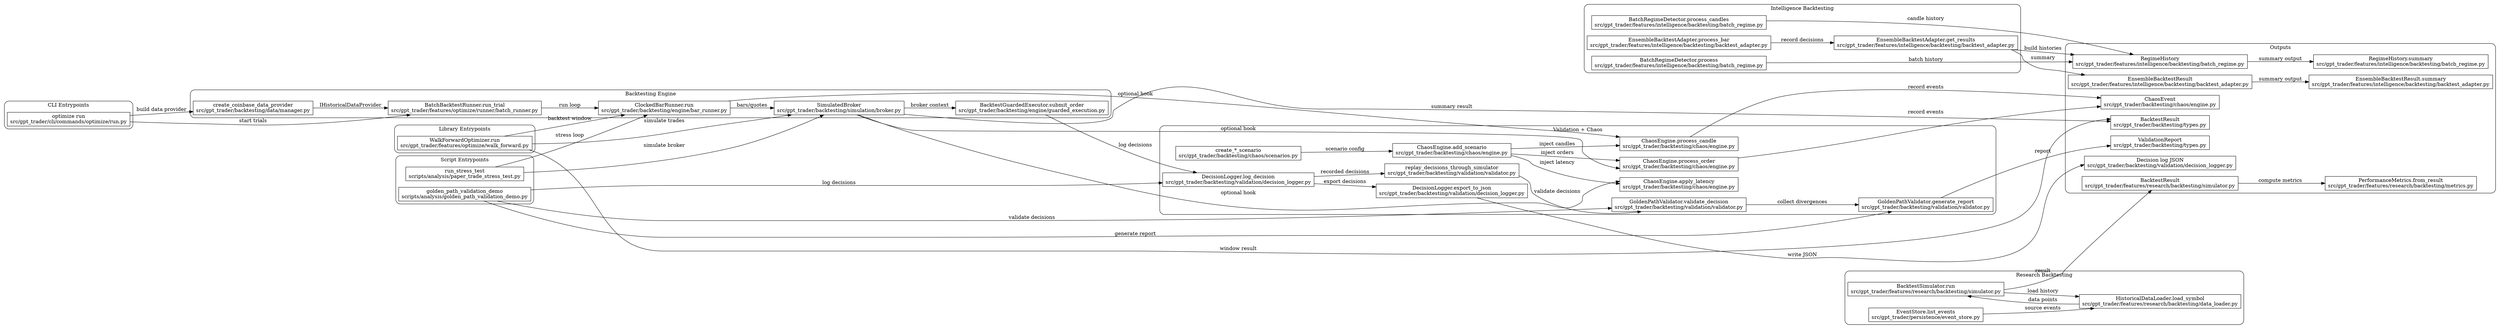
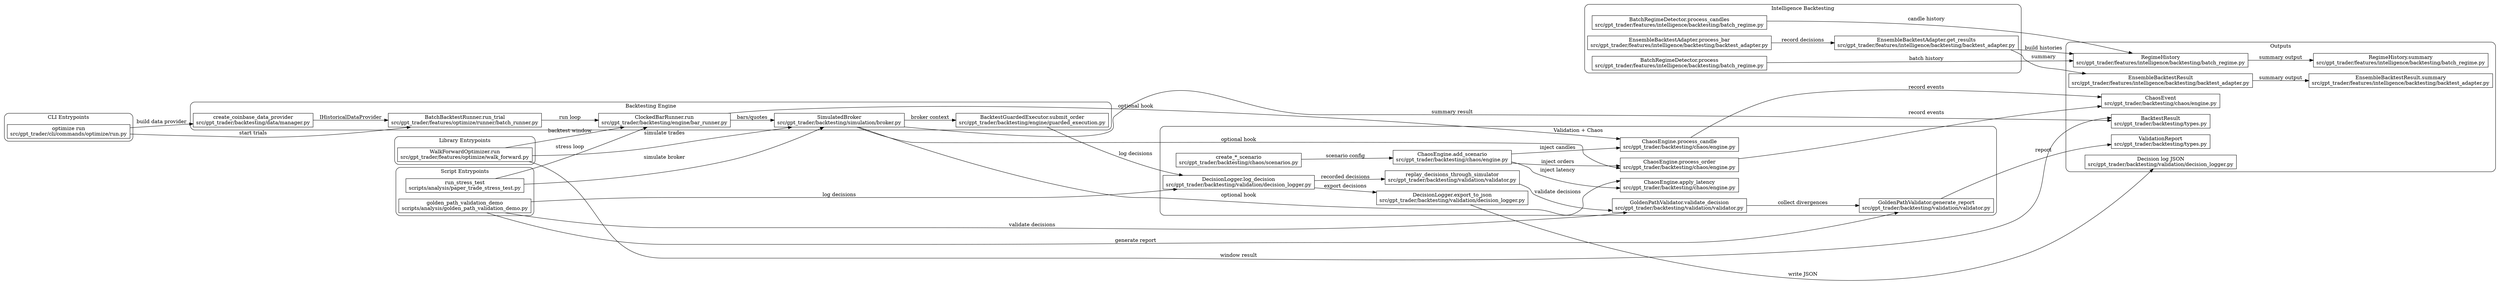
digraph BacktestEntrypoints {
  rankdir=LR;
  subgraph cluster_cli {
    label="CLI Entrypoints";
    style=rounded;
    "cli_optimize_run" [shape=box, label="optimize run\nsrc/gpt_trader/cli/commands/optimize/run.py"];
  }
  subgraph cluster_scripts {
    label="Script Entrypoints";
    style=rounded;
    "paper_trade_stress_test" [shape=box, label="run_stress_test\nscripts/analysis/paper_trade_stress_test.py"];
    "golden_path_demo" [shape=box, label="golden_path_validation_demo\nscripts/analysis/golden_path_validation_demo.py"];
  }
  subgraph cluster_library {
    label="Library Entrypoints";
    style=rounded;
    "walk_forward_run" [shape=box, label="WalkForwardOptimizer.run\nsrc/gpt_trader/features/optimize/walk_forward.py"];
  }
  subgraph cluster_engine {
    label="Backtesting Engine";
    style=rounded;
    "data_provider_factory" [shape=box, label="create_coinbase_data_provider\nsrc/gpt_trader/backtesting/data/manager.py"];
    "batch_runner" [shape=box, label="BatchBacktestRunner.run_trial\nsrc/gpt_trader/features/optimize/runner/batch_runner.py"];
    "clocked_bar_runner" [shape=box, label="ClockedBarRunner.run\nsrc/gpt_trader/backtesting/engine/bar_runner.py"];
    "simulated_broker_engine" [shape=box, label="SimulatedBroker\nsrc/gpt_trader/backtesting/simulation/broker.py"];
    "backtest_guarded_executor" [shape=box, label="BacktestGuardedExecutor.submit_order\nsrc/gpt_trader/backtesting/engine/guarded_execution.py"];
  }
-   subgraph cluster_research {
-     label="Research Backtesting";
-     style=rounded;
-     "backtest_simulator_run" [shape=box, label="BacktestSimulator.run\nsrc/gpt_trader/features/research/backtesting/simulator.py"];
-     "historical_loader" [shape=box, label="HistoricalDataLoader.load_symbol\nsrc/gpt_trader/features/research/backtesting/data_loader.py"];
-     "event_store_list_events" [shape=box, label="EventStore.list_events\nsrc/gpt_trader/persistence/event_store.py"];
-   }
  subgraph cluster_intelligence {
    label="Intelligence Backtesting";
    style=rounded;
    "ensemble_backtest_process" [shape=box, label="EnsembleBacktestAdapter.process_bar\nsrc/gpt_trader/features/intelligence/backtesting/backtest_adapter.py"];
    "ensemble_backtest_results" [shape=box, label="EnsembleBacktestAdapter.get_results\nsrc/gpt_trader/features/intelligence/backtesting/backtest_adapter.py"];
    "batch_regime_process" [shape=box, label="BatchRegimeDetector.process\nsrc/gpt_trader/features/intelligence/backtesting/batch_regime.py"];
    "batch_regime_process_candles" [shape=box, label="BatchRegimeDetector.process_candles\nsrc/gpt_trader/features/intelligence/backtesting/batch_regime.py"];
  }
  subgraph cluster_validation {
    label="Validation + Chaos";
    style=rounded;
    "decision_logger_log" [shape=box, label="DecisionLogger.log_decision\nsrc/gpt_trader/backtesting/validation/decision_logger.py"];
    "decision_logger_export" [shape=box, label="DecisionLogger.export_to_json\nsrc/gpt_trader/backtesting/validation/decision_logger.py"];
    "golden_path_validate" [shape=box, label="GoldenPathValidator.validate_decision\nsrc/gpt_trader/backtesting/validation/validator.py"];
    "golden_path_report" [shape=box, label="GoldenPathValidator.generate_report\nsrc/gpt_trader/backtesting/validation/validator.py"];
    "replay_decisions" [shape=box, label="replay_decisions_through_simulator\nsrc/gpt_trader/backtesting/validation/validator.py"];
    "chaos_engine_add" [shape=box, label="ChaosEngine.add_scenario\nsrc/gpt_trader/backtesting/chaos/engine.py"];
    "chaos_engine_process_candle" [shape=box, label="ChaosEngine.process_candle\nsrc/gpt_trader/backtesting/chaos/engine.py"];
    "chaos_engine_process_order" [shape=box, label="ChaosEngine.process_order\nsrc/gpt_trader/backtesting/chaos/engine.py"];
    "chaos_engine_apply_latency" [shape=box, label="ChaosEngine.apply_latency\nsrc/gpt_trader/backtesting/chaos/engine.py"];
    "chaos_scenario_factories" [shape=box, label="create_*_scenario\nsrc/gpt_trader/backtesting/chaos/scenarios.py"];
  }
  subgraph cluster_output {
    label="Outputs";
    style=rounded;
    "engine_backtest_result" [shape=box, label="BacktestResult\nsrc/gpt_trader/backtesting/types.py"];
-     "research_backtest_result" [shape=box, label="BacktestResult\nsrc/gpt_trader/features/research/backtesting/simulator.py"];
-     "performance_metrics" [shape=box, label="PerformanceMetrics.from_result\nsrc/gpt_trader/features/research/backtesting/metrics.py"];
    "ensemble_backtest_result" [shape=box, label="EnsembleBacktestResult\nsrc/gpt_trader/features/intelligence/backtesting/backtest_adapter.py"];
    "ensemble_backtest_summary" [shape=box, label="EnsembleBacktestResult.summary\nsrc/gpt_trader/features/intelligence/backtesting/backtest_adapter.py"];
    "regime_history" [shape=box, label="RegimeHistory\nsrc/gpt_trader/features/intelligence/backtesting/batch_regime.py"];
    "regime_history_summary" [shape=box, label="RegimeHistory.summary\nsrc/gpt_trader/features/intelligence/backtesting/batch_regime.py"];
    "validation_report" [shape=box, label="ValidationReport\nsrc/gpt_trader/backtesting/types.py"];
    "decision_log_json" [shape=box, label="Decision log JSON\nsrc/gpt_trader/backtesting/validation/decision_logger.py"];
    "chaos_event" [shape=box, label="ChaosEvent\nsrc/gpt_trader/backtesting/chaos/engine.py"];
  }
  "cli_optimize_run" -> "data_provider_factory" [label="build data provider"];
  "data_provider_factory" -> "batch_runner" [label="IHistoricalDataProvider"];
  "cli_optimize_run" -> "batch_runner" [label="start trials"];
  "batch_runner" -> "clocked_bar_runner" [label="run loop"];
  "clocked_bar_runner" -> "simulated_broker_engine" [label="bars/quotes"];
  "simulated_broker_engine" -> "backtest_guarded_executor" [label="broker context"];
  "backtest_guarded_executor" -> "decision_logger_log" [label="log decisions"];
  "clocked_bar_runner" -> "chaos_engine_process_candle" [label="optional hook"];
  "simulated_broker_engine" -> "chaos_engine_process_order" [label="optional hook"];
  "simulated_broker_engine" -> "chaos_engine_apply_latency" [label="optional hook"];
  "simulated_broker_engine" -> "engine_backtest_result" [label="summary result"];
  "walk_forward_run" -> "clocked_bar_runner" [label="backtest window"];
  "walk_forward_run" -> "simulated_broker_engine" [label="simulate trades"];
  "walk_forward_run" -> "engine_backtest_result" [label="window result"];
  "paper_trade_stress_test" -> "clocked_bar_runner" [label="stress loop"];
  "paper_trade_stress_test" -> "simulated_broker_engine" [label="simulate broker"];
  "golden_path_demo" -> "decision_logger_log" [label="log decisions"];
  "golden_path_demo" -> "golden_path_validate" [label="validate decisions"];
  "golden_path_demo" -> "golden_path_report" [label="generate report"];
-   "backtest_simulator_run" -> "historical_loader" [label="load history"];
-   "event_store_list_events" -> "historical_loader" [label="source events"];
-   "historical_loader" -> "backtest_simulator_run" [label="data points"];
-   "backtest_simulator_run" -> "research_backtest_result" [label="result"];
-   "research_backtest_result" -> "performance_metrics" [label="compute metrics"];
  "ensemble_backtest_process" -> "ensemble_backtest_results" [label="record decisions"];
  "ensemble_backtest_results" -> "regime_history" [label="build histories"];
  "ensemble_backtest_results" -> "ensemble_backtest_result" [label="summary"];
  "batch_regime_process" -> "regime_history" [label="batch history"];
  "batch_regime_process_candles" -> "regime_history" [label="candle history"];
  "ensemble_backtest_result" -> "ensemble_backtest_summary" [label="summary output"];
  "regime_history" -> "regime_history_summary" [label="summary output"];
  "decision_logger_log" -> "decision_logger_export" [label="export decisions"];
  "decision_logger_export" -> "decision_log_json" [label="write JSON"];
  "decision_logger_log" -> "replay_decisions" [label="recorded decisions"];
  "replay_decisions" -> "golden_path_validate" [label="validate decisions"];
  "golden_path_validate" -> "golden_path_report" [label="collect divergences"];
  "golden_path_report" -> "validation_report" [label="report"];
  "chaos_scenario_factories" -> "chaos_engine_add" [label="scenario config"];
  "chaos_engine_add" -> "chaos_engine_process_candle" [label="inject candles"];
  "chaos_engine_add" -> "chaos_engine_process_order" [label="inject orders"];
  "chaos_engine_add" -> "chaos_engine_apply_latency" [label="inject latency"];
  "chaos_engine_process_candle" -> "chaos_event" [label="record events"];
  "chaos_engine_process_order" -> "chaos_event" [label="record events"];
}
